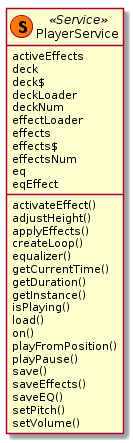
The PlantUML diagram out/doc/classes/PlayerService.png in clm2609/VirtualDJ, before a commit.
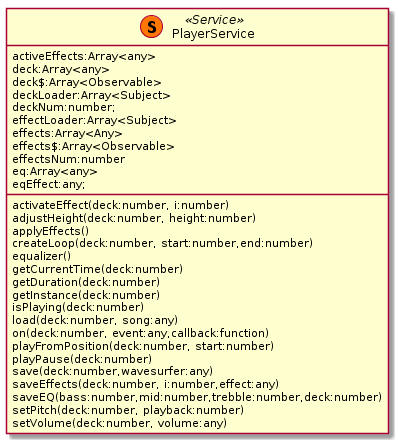
The same file after the commit.

Change to the diagram source:
```diff
@@ -1,33 +1,33 @@
 @startuml PlayerService
 class "PlayerService" as playerServ <<(S,#FF7700) Service>>{
-    activeEffects
-    deck
-    deck$
-    deckLoader
-    deckNum
-    effectLoader
-    effects
-    effects$
-    effectsNum
-    eq
-    eqEffect
-    activateEffect()
-    adjustHeight()
+    activeEffects:Array<any>
+    deck:Array<any>
+    deck$:Array<Observable>
+    deckLoader:Array<Subject>
+    deckNum:number;
+    effectLoader:Array<Subject>
+    effects:Array<Any>
+    effects$:Array<Observable>
+    effectsNum:number
+    eq:Array<any>
+    eqEffect:any;
+    activateEffect(deck:number, i:number)
+    adjustHeight(deck:number, height:number)
     applyEffects()
-    createLoop()
+    createLoop(deck:number, start:number,end:number)
     equalizer()
-    getCurrentTime()
-    getDuration()
-    getInstance()
-    isPlaying()
-    load()
-    on()
-    playFromPosition()
-    playPause()
-    save()
-    saveEffects()
-    saveEQ()
-    setPitch()
-    setVolume()
+    getCurrentTime(deck:number)
+    getDuration(deck:number)
+    getInstance(deck:number)
+    isPlaying(deck:number)
+    load(deck:number, song:any)
+    on(deck:number, event:any,callback:function)
+    playFromPosition(deck:number, start:number)
+    playPause(deck:number)
+    save(deck:number,wavesurfer:any)
+    saveEffects(deck:number, i:number,effect:any)
+    saveEQ(bass:number,mid:number,trebble:number,deck:number)
+    setPitch(deck:number, playback:number)
+    setVolume(deck:number, volume:any)
 }
 @enduml
```
